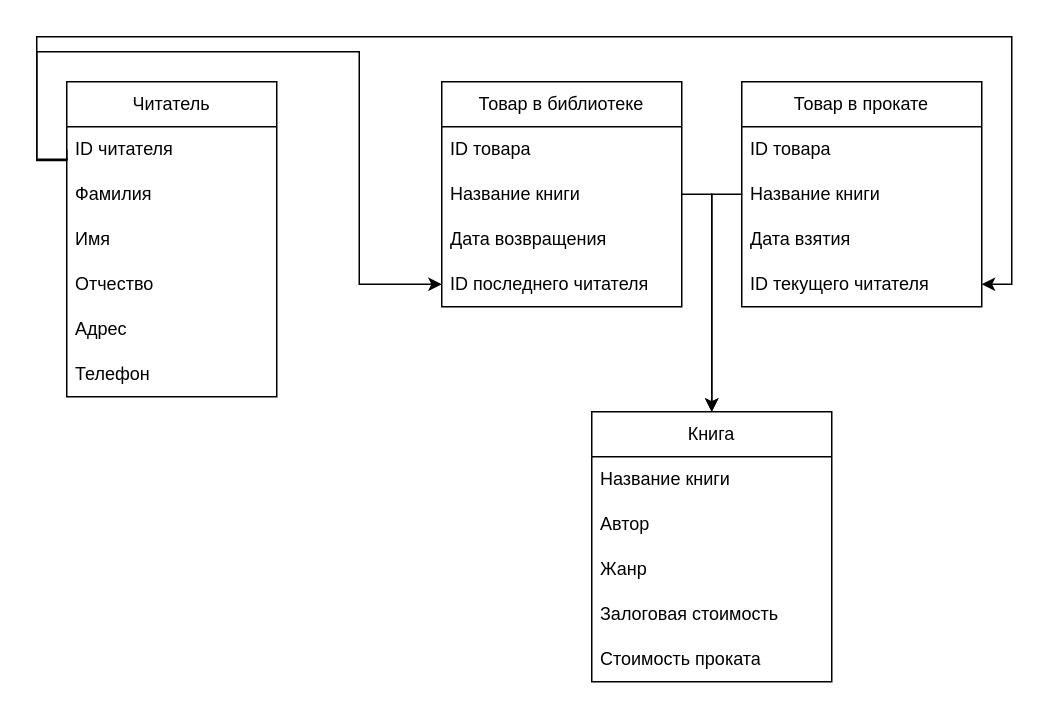
The draw.io diagram Lab01/Диаграмма01.drawio in ArtyomShumaylov/Design-of-informational-systems, before the edit. Source tidied: cells renumbered, new cells numbered last; positions are measured from the earlier drawing's top-left corner, leaving out a move shared by most shapes. Both pictures are drawn from the tidied source at 150%, with x=0, y=0 at pixel (36, 36).
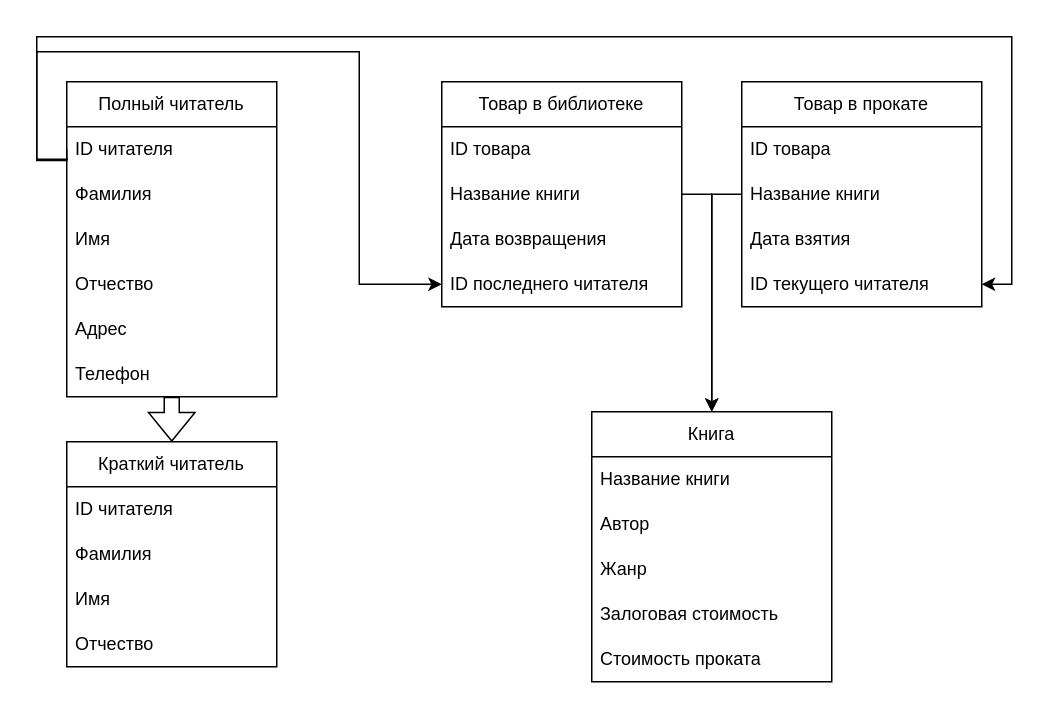
After the change.

What changed in the source:
```diff
@@
-    <mxCell id="3" value="Читатель" style="swimlane;fontStyle=0;horizontal=1;startSize=30;whiteSpace=wrap;html=1;" parent="1" vertex="1">
+    <mxCell id="3" value="Полный читатель" style="swimlane;fontStyle=0;horizontal=1;startSize=30;whiteSpace=wrap;html=1;" parent="1" vertex="1">
       <mxGeometry x="20" y="30" width="140" height="210" as="geometry" />
     </mxCell>
@@
+    <mxCell id="29" value="Краткий читатель" style="swimlane;fontStyle=0;horizontal=1;startSize=30;whiteSpace=wrap;html=1;" parent="1" vertex="1">
+      <mxGeometry x="20" y="270" width="140" height="150" as="geometry" />
+    </mxCell>
+    <mxCell id="30" value="ID читателя" style="text;strokeColor=none;fillColor=none;align=left;verticalAlign=middle;spacingLeft=4;spacingRight=4;overflow=hidden;whiteSpace=wrap;html=1;" parent="29" vertex="1">
+      <mxGeometry y="30" width="140" height="30" as="geometry" />
+    </mxCell>
+    <mxCell id="31" value="Фамилия" style="text;strokeColor=none;fillColor=none;align=left;verticalAlign=middle;spacingLeft=4;spacingRight=4;overflow=hidden;whiteSpace=wrap;html=1;" parent="29" vertex="1">
+      <mxGeometry y="60" width="140" height="30" as="geometry" />
+    </mxCell>
+    <mxCell id="32" value="Имя" style="text;strokeColor=none;fillColor=none;align=left;verticalAlign=middle;spacingLeft=4;spacingRight=4;overflow=hidden;whiteSpace=wrap;html=1;" parent="29" vertex="1">
+      <mxGeometry y="90" width="140" height="30" as="geometry" />
+    </mxCell>
+    <mxCell id="33" value="Отчество" style="text;strokeColor=none;fillColor=none;align=left;verticalAlign=middle;spacingLeft=4;spacingRight=4;overflow=hidden;whiteSpace=wrap;html=1;" parent="29" vertex="1">
+      <mxGeometry y="120" width="140" height="30" as="geometry" />
+    </mxCell>
+    <mxCell id="34" style="shape=flexArrow;endArrow=classic;html=1;rounded=0;exitX=0.5;exitY=1;exitDx=0;exitDy=0;" parent="1" edge="1" source="3" target="29">
+      <mxGeometry relative="1" as="geometry" />
+    </mxCell>
```
